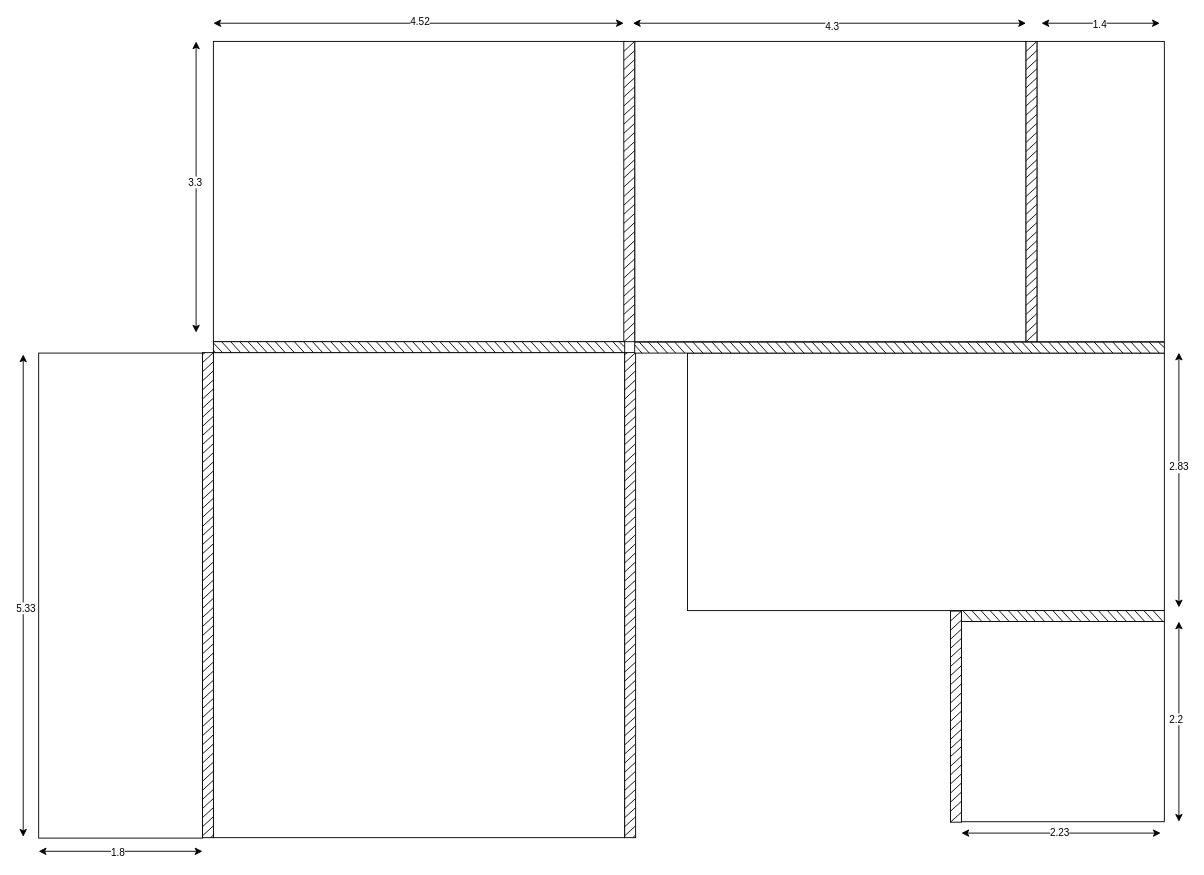
The draw.io diagram gushan.drawio in huangshijie/Drawio, before the edit. Source tidied: cells renumbered, new cells numbered last; positions are measured from the earlier drawing's top-left corner, leaving out a move shared by most shapes. Both pictures are drawn from the tidied source at 91%, with x=0, y=0 at pixel (-35, 23).
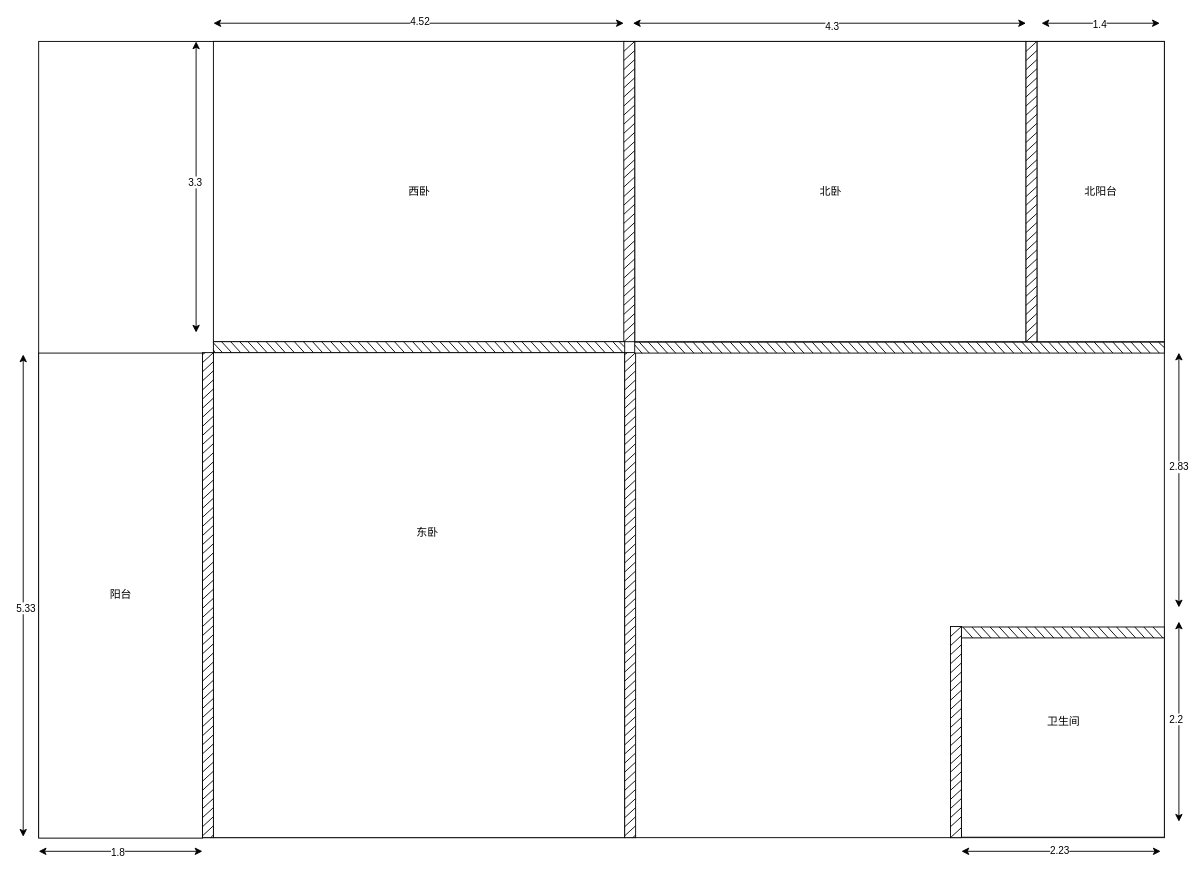
The same page after the edit.

Change to the diagram source:
```diff
@@
+    <mxCell id="6" style="rounded=0;whiteSpace=wrap;html=1;" parent="1" vertex="1">
+      <mxGeometry x="81" y="20" width="1237" height="875" as="geometry" />
+    </mxCell>
@@
-    <mxCell id="6" style="rounded=0;whiteSpace=wrap;html=1;" parent="1" vertex="1">
-      <mxGeometry x="794" y="362.5" width="524" height="283" as="geometry" />
-    </mxCell>
     <mxCell id="7" style="rounded=0;whiteSpace=wrap;html=1;" parent="1" vertex="1">
-      <mxGeometry x="1095" y="657.5" width="223" height="220" as="geometry" />
+      <mxGeometry x="1095" y="674.5" width="223" height="220" as="geometry" />
     </mxCell>
@@
     <mxCell id="25" style="endArrow=classic;startArrow=classic;html=1;rounded=0;" parent="1" edge="1">
       <mxGeometry relative="1" as="geometry">
-        <mxPoint x="1095" y="890" as="sourcePoint" />
-        <mxPoint x="1314" y="890" as="targetPoint" />
+        <mxPoint x="1095" y="910" as="sourcePoint" />
+        <mxPoint x="1314" y="910" as="targetPoint" />
       </mxGeometry>
     </mxCell>
@@
     <mxCell id="321" style="group;" parent="1" vertex="1">
-      <mxGeometry x="1095" y="645.5" width="223" height="12" as="geometry" />
+      <mxGeometry x="1095" y="663.5" width="223" height="12" as="geometry" />
     </mxCell>
@@
     <mxCell id="345" style="group;" parent="1" vertex="1">
-      <mxGeometry x="1083" y="646" width="12" height="232" as="geometry" />
+      <mxGeometry x="1083" y="663" width="235" height="232" as="geometry" />
     </mxCell>
@@
+    <mxCell id="370" value="西卧" style="text;html=1;align=center;verticalAlign=middle;strokeColor=none;fillColor=none;" parent="1" vertex="1">
+      <mxGeometry x="474" y="170" width="50" height="30" as="geometry" />
+    </mxCell>
+    <mxCell id="371" value="东卧" style="text;html=1;align=center;verticalAlign=middle;strokeColor=none;fillColor=none;" parent="1" vertex="1">
+      <mxGeometry x="483" y="545" width="50" height="30" as="geometry" />
+    </mxCell>
+    <mxCell id="372" value="卫生间" style="text;html=1;align=center;verticalAlign=middle;strokeColor=none;fillColor=none;" parent="1" vertex="1">
+      <mxGeometry x="1176.5" y="752.5" width="60" height="30" as="geometry" />
+    </mxCell>
+    <mxCell id="373" value="北阳台" style="text;html=1;align=center;verticalAlign=middle;strokeColor=none;fillColor=none;" parent="1" vertex="1">
+      <mxGeometry x="1218" y="170" width="60" height="30" as="geometry" />
+    </mxCell>
+    <mxCell id="374" value="北卧" style="text;html=1;align=center;verticalAlign=middle;strokeColor=none;fillColor=none;" parent="1" vertex="1">
+      <mxGeometry x="926" y="170" width="50" height="30" as="geometry" />
+    </mxCell>
+    <mxCell id="375" value="阳台" style="text;html=1;align=center;verticalAlign=middle;strokeColor=none;fillColor=none;" parent="1" vertex="1">
+      <mxGeometry x="146" y="613" width="50" height="30" as="geometry" />
+    </mxCell>
```
